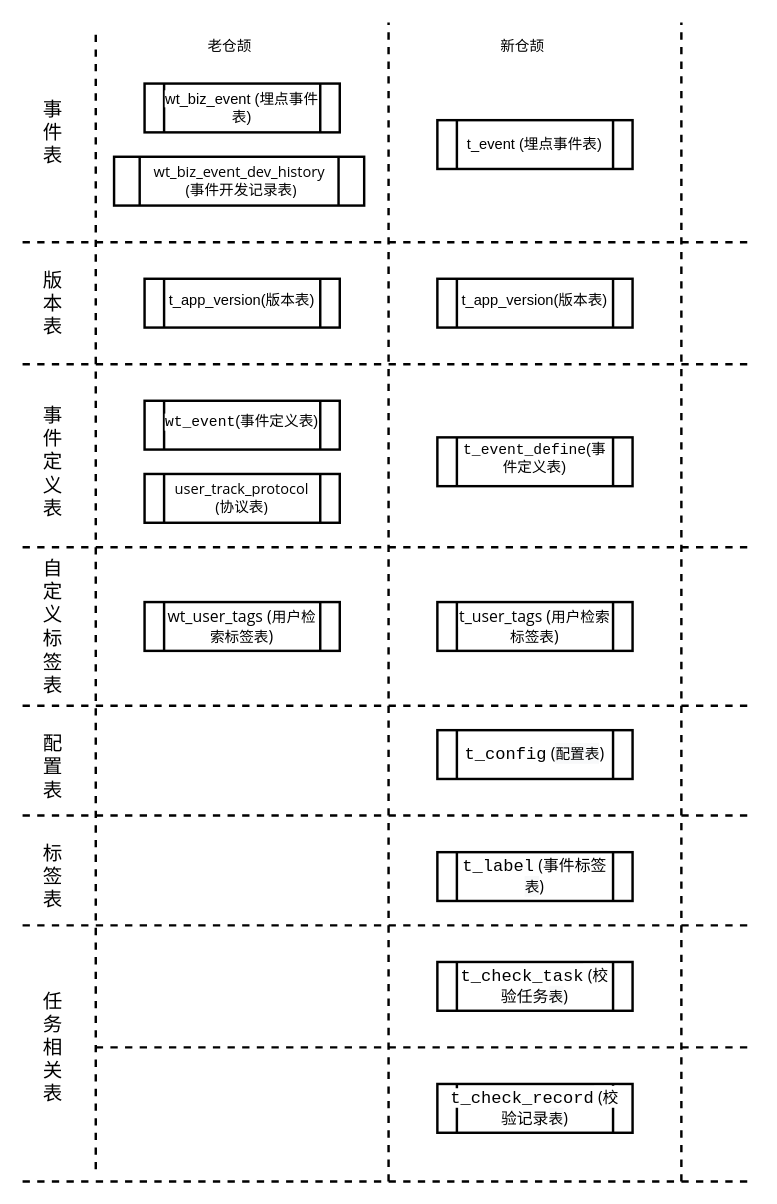
Above: cangjie qianyi.drawio in jiangyu11/hello-world (draw.io), before the change. Source tidied: cells renumbered, new cells numbered last; positions are measured from the earlier drawing's top-left corner, leaving out a move shared by most shapes. Both pictures are drawn from the tidied source at 122%, with x=0, y=0 at pixel (22, 22).
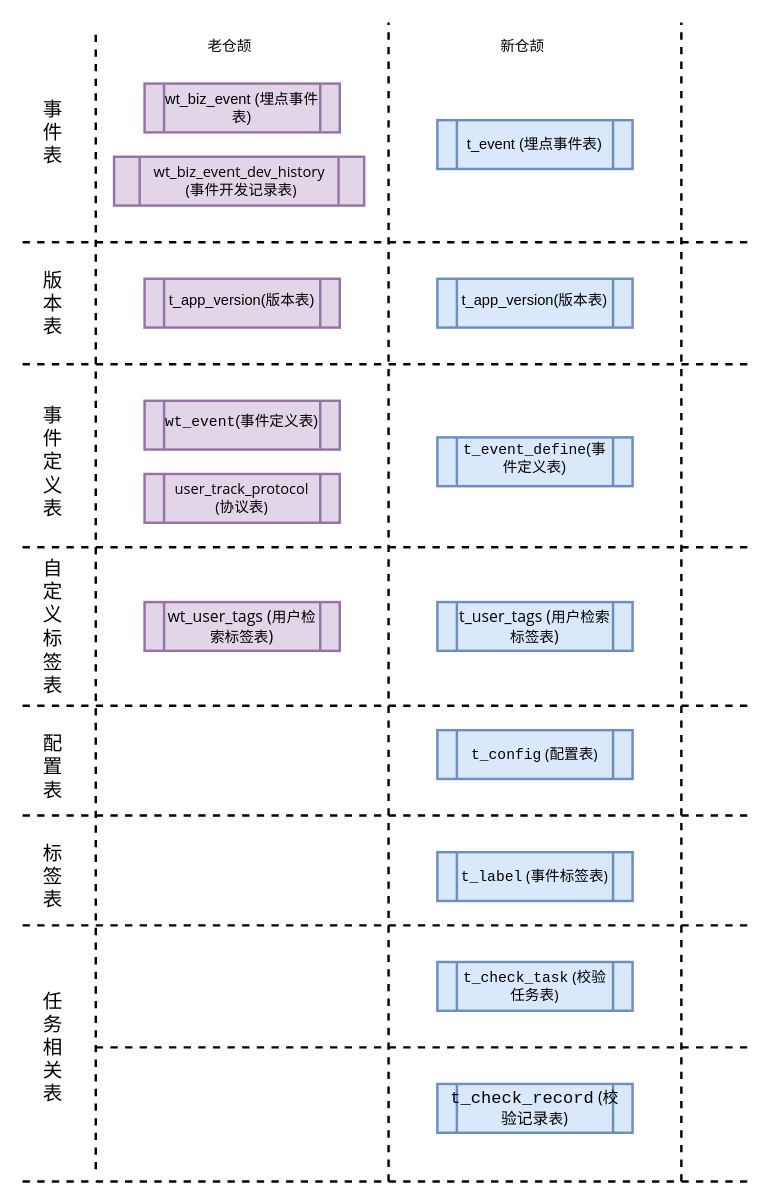
Above is the later version.

The edit, as a diff of the source:
```diff
@@
-    <mxCell id="2" value="t_event (埋点事件表)" style="shape=process;whiteSpace=wrap;html=1;backgroundOutline=1;strokeWidth=2;" parent="1" vertex="1">
+    <mxCell id="2" value="t_event (埋点事件表)" style="shape=process;whiteSpace=wrap;html=1;backgroundOutline=1;strokeWidth=2;fillColor=#dae8fc;strokeColor=#6c8ebf;" parent="1" vertex="1">
       <mxGeometry x="340" y="80" width="160" height="40" as="geometry" />
     </mxCell>
@@
-    <mxCell id="7" value="&lt;span style=&quot;font-family: &amp;#34;arial&amp;#34; , sans-serif ; background-color: rgb(255 , 255 , 255)&quot;&gt;&lt;font style=&quot;font-size: 12px&quot;&gt;wt_biz_event&lt;/font&gt;&lt;/span&gt;&amp;nbsp;(埋点事件表)" style="shape=process;whiteSpace=wrap;html=1;backgroundOutline=1;strokeWidth=2;" parent="1" vertex="1">
+    <mxCell id="7" value="&lt;font style=&quot;font-size: 12px&quot;&gt;&lt;span style=&quot;font-family: &amp;#34;arial&amp;#34; , sans-serif&quot;&gt;&lt;font style=&quot;font-size: 12px&quot;&gt;wt_biz_event&lt;/font&gt;&lt;/span&gt;&lt;font color=&quot;rgba(0, 0, 0, 0)&quot; style=&quot;font-size: 12px&quot;&gt;&amp;nbsp;&lt;/font&gt;(埋点事件表)&lt;/font&gt;" style="shape=process;whiteSpace=wrap;html=1;backgroundOutline=1;strokeWidth=2;fillColor=#e1d5e7;strokeColor=#9673a6;" parent="1" vertex="1">
       <mxGeometry x="100" y="50" width="160" height="40" as="geometry" />
     </mxCell>
@@
-    <mxCell id="10" value="&lt;span style=&quot;font-family: &amp;#34;open sans&amp;#34; , &amp;#34;helvetica neue&amp;#34; , &amp;#34;helvetica&amp;#34; , &amp;#34;arial&amp;#34; , sans-serif ; background-color: rgb(255 , 255 , 255)&quot;&gt;&lt;font style=&quot;font-size: 12px&quot;&gt;wt_biz_event_dev_history&lt;/font&gt;&lt;/span&gt;&lt;div&gt;&lt;font face=&quot;open sans, helvetica neue, helvetica, arial, sans-serif&quot; style=&quot;background-color: rgb(255 , 255 , 255)&quot;&gt;&amp;nbsp;(事件开发记录表)&lt;/font&gt;&lt;/div&gt;" style="shape=process;whiteSpace=wrap;html=1;backgroundOutline=1;strokeWidth=2;" parent="1" vertex="1">
+    <mxCell id="10" value="&lt;span style=&quot;font-family: &amp;#34;open sans&amp;#34; , &amp;#34;helvetica neue&amp;#34; , &amp;#34;helvetica&amp;#34; , &amp;#34;arial&amp;#34; , sans-serif&quot;&gt;&lt;font style=&quot;font-size: 12px&quot;&gt;wt_biz_event_dev_history&lt;/font&gt;&lt;/span&gt;&lt;div&gt;&lt;font face=&quot;open sans, helvetica neue, helvetica, arial, sans-serif&quot;&gt;&amp;nbsp;(事件开发记录表)&lt;/font&gt;&lt;/div&gt;" style="shape=process;whiteSpace=wrap;html=1;backgroundOutline=1;strokeWidth=2;fillColor=#e1d5e7;strokeColor=#9673a6;" parent="1" vertex="1">
       <mxGeometry x="75" y="110" width="205" height="40" as="geometry" />
     </mxCell>
@@
-    <mxCell id="13" value="&lt;br&gt;t_app_version(版本表)&lt;br&gt;&lt;h4 id=&quot;id-006_01_埋点2.0技术方案-3.1.3app版本表t_app_version&quot; style=&quot;margin: 20px 0px 0px ; padding: 0px ; line-height: 1.42857 ; font-family: &amp;#34;arial&amp;#34; , sans-serif ; background-color: rgb(255 , 255 , 255)&quot;&gt;&lt;/h4&gt;" style="shape=process;whiteSpace=wrap;html=1;backgroundOutline=1;strokeWidth=2;" parent="1" vertex="1">
+    <mxCell id="13" value="&lt;br&gt;t_app_version(版本表)&lt;br&gt;&lt;h4 id=&quot;id-006_01_埋点2.0技术方案-3.1.3app版本表t_app_version&quot; style=&quot;margin: 20px 0px 0px ; padding: 0px ; line-height: 1.42857 ; font-family: &amp;#34;arial&amp;#34; , sans-serif ; background-color: rgb(255 , 255 , 255)&quot;&gt;&lt;/h4&gt;" style="shape=process;whiteSpace=wrap;html=1;backgroundOutline=1;strokeWidth=2;fillColor=#e1d5e7;strokeColor=#9673a6;" parent="1" vertex="1">
       <mxGeometry x="100" y="210" width="160" height="40" as="geometry" />
     </mxCell>
-    <mxCell id="14" value="&lt;br&gt;t_app_version(版本表)&lt;br&gt;&lt;h4 id=&quot;id-006_01_埋点2.0技术方案-3.1.3app版本表t_app_version&quot; style=&quot;margin: 20px 0px 0px ; padding: 0px ; line-height: 1.42857 ; font-family: &amp;#34;arial&amp;#34; , sans-serif ; background-color: rgb(255 , 255 , 255)&quot;&gt;&lt;/h4&gt;" style="shape=process;whiteSpace=wrap;html=1;backgroundOutline=1;strokeWidth=2;" parent="1" vertex="1">
+    <mxCell id="14" value="&lt;br&gt;t_app_version(版本表)&lt;br&gt;&lt;h4 id=&quot;id-006_01_埋点2.0技术方案-3.1.3app版本表t_app_version&quot; style=&quot;margin: 20px 0px 0px ; padding: 0px ; line-height: 1.42857 ; font-family: &amp;#34;arial&amp;#34; , sans-serif ; background-color: rgb(255 , 255 , 255)&quot;&gt;&lt;/h4&gt;" style="shape=process;whiteSpace=wrap;html=1;backgroundOutline=1;strokeWidth=2;fillColor=#dae8fc;strokeColor=#6c8ebf;" parent="1" vertex="1">
       <mxGeometry x="340" y="210" width="160" height="40" as="geometry" />
     </mxCell>
@@
-    <mxCell id="16" value="&lt;br&gt;&lt;span style=&quot;font-family: &amp;#34;consolas&amp;#34; , &amp;#34;bitstream vera sans mono&amp;#34; , &amp;#34;courier new&amp;#34; , &amp;#34;courier&amp;#34; , monospace ; text-align: left ; white-space: nowrap ; background-color: rgb(255 , 255 , 255)&quot;&gt;&lt;font style=&quot;font-size: 12px&quot;&gt;t_event_define&lt;/font&gt;&lt;/span&gt;(事件定义表)&lt;br&gt;&lt;h4 id=&quot;id-006_01_埋点2.0技术方案-3.1.3app版本表t_app_version&quot; style=&quot;margin: 20px 0px 0px ; padding: 0px ; line-height: 1.42857 ; font-family: &amp;#34;arial&amp;#34; , sans-serif ; background-color: rgb(255 , 255 , 255)&quot;&gt;&lt;/h4&gt;" style="shape=process;whiteSpace=wrap;html=1;backgroundOutline=1;strokeWidth=2;" parent="1" vertex="1">
+    <mxCell id="16" value="&lt;br&gt;&lt;span style=&quot;font-family: &amp;#34;consolas&amp;#34; , &amp;#34;bitstream vera sans mono&amp;#34; , &amp;#34;courier new&amp;#34; , &amp;#34;courier&amp;#34; , monospace ; text-align: left ; white-space: nowrap&quot;&gt;&lt;font style=&quot;font-size: 12px&quot;&gt;t_event_define&lt;/font&gt;&lt;/span&gt;(事件定义表)&lt;br&gt;&lt;h4 id=&quot;id-006_01_埋点2.0技术方案-3.1.3app版本表t_app_version&quot; style=&quot;margin: 20px 0px 0px ; padding: 0px ; line-height: 1.42857 ; font-family: &amp;#34;arial&amp;#34; , sans-serif ; background-color: rgb(255 , 255 , 255)&quot;&gt;&lt;/h4&gt;" style="shape=process;whiteSpace=wrap;html=1;backgroundOutline=1;strokeWidth=2;fillColor=#dae8fc;strokeColor=#6c8ebf;" parent="1" vertex="1">
       <mxGeometry x="340" y="340" width="160" height="40" as="geometry" />
     </mxCell>
@@
-    <mxCell id="18" value="&lt;font style=&quot;font-size: 12px&quot;&gt;&lt;br&gt;&lt;/font&gt;&lt;div&gt;&lt;font style=&quot;font-size: 12px&quot;&gt;&lt;font face=&quot;consolas, bitstream vera sans mono, courier new, courier, monospace&quot; style=&quot;font-size: 12px&quot;&gt;&lt;span style=&quot;white-space: nowrap ; background-color: rgb(255 , 255 , 255)&quot;&gt;wt_event&lt;/span&gt;&lt;/font&gt;(事件定义表)&lt;/font&gt;&lt;/div&gt;&lt;h4 id=&quot;id-006_01_埋点2.0技术方案-3.1.3app版本表t_app_version&quot; style=&quot;margin: 20px 0px 0px ; padding: 0px ; line-height: 1.42857 ; font-family: &amp;#34;arial&amp;#34; , sans-serif ; background-color: rgb(255 , 255 , 255)&quot;&gt;&lt;/h4&gt;" style="shape=process;whiteSpace=wrap;html=1;backgroundOutline=1;strokeWidth=2;" parent="1" vertex="1">
+    <mxCell id="18" value="&lt;font style=&quot;font-size: 12px&quot;&gt;&lt;br&gt;&lt;/font&gt;&lt;div&gt;&lt;font style=&quot;font-size: 12px&quot;&gt;&lt;font face=&quot;consolas, bitstream vera sans mono, courier new, courier, monospace&quot; style=&quot;font-size: 12px&quot;&gt;&lt;span style=&quot;white-space: nowrap&quot;&gt;wt_event&lt;/span&gt;&lt;/font&gt;(事件定义表)&lt;/font&gt;&lt;/div&gt;&lt;h4 id=&quot;id-006_01_埋点2.0技术方案-3.1.3app版本表t_app_version&quot; style=&quot;margin: 20px 0px 0px ; padding: 0px ; line-height: 1.42857 ; font-family: &amp;#34;arial&amp;#34; , sans-serif ; background-color: rgb(255 , 255 , 255)&quot;&gt;&lt;/h4&gt;" style="shape=process;whiteSpace=wrap;html=1;backgroundOutline=1;strokeWidth=2;fillColor=#e1d5e7;strokeColor=#9673a6;" parent="1" vertex="1">
       <mxGeometry x="100" y="310" width="160" height="40" as="geometry" />
     </mxCell>
-    <mxCell id="19" value="&lt;div&gt;&lt;font face=&quot;open sans, helvetica neue, helvetica, arial, sans-serif&quot; style=&quot;background-color: rgb(255 , 255 , 255)&quot;&gt;user_track_protocol (协议表)&lt;/font&gt;&lt;/div&gt;" style="shape=process;whiteSpace=wrap;html=1;backgroundOutline=1;strokeWidth=2;" parent="1" vertex="1">
+    <mxCell id="19" value="&lt;div&gt;&lt;font face=&quot;open sans, helvetica neue, helvetica, arial, sans-serif&quot;&gt;user_track_protocol (协议表)&lt;/font&gt;&lt;/div&gt;" style="shape=process;whiteSpace=wrap;html=1;backgroundOutline=1;strokeWidth=2;fillColor=#e1d5e7;strokeColor=#9673a6;" parent="1" vertex="1">
       <mxGeometry x="100" y="370" width="160" height="40" as="geometry" />
     </mxCell>
@@
-    <mxCell id="21" value="&lt;span style=&quot;font-family: &amp;#34;open sans&amp;#34; , &amp;#34;helvetica neue&amp;#34; , &amp;#34;helvetica&amp;#34; , &amp;#34;arial&amp;#34; , sans-serif ; font-size: 13px ; background-color: rgb(255 , 255 , 255)&quot;&gt;wt_user_tags (&lt;/span&gt;&lt;span style=&quot;font-family: &amp;#34;open sans&amp;#34; , &amp;#34;helvetica neue&amp;#34; , &amp;#34;helvetica&amp;#34; , &amp;#34;arial&amp;#34; , sans-serif&quot;&gt;用户检索标签表&lt;/span&gt;&lt;span style=&quot;font-family: &amp;#34;open sans&amp;#34; , &amp;#34;helvetica neue&amp;#34; , &amp;#34;helvetica&amp;#34; , &amp;#34;arial&amp;#34; , sans-serif ; font-size: 13px ; background-color: rgb(255 , 255 , 255)&quot;&gt;)&lt;br&gt;&lt;/span&gt;" style="shape=process;whiteSpace=wrap;html=1;backgroundOutline=1;strokeWidth=2;" parent="1" vertex="1">
+    <mxCell id="21" value="&lt;span style=&quot;font-family: &amp;#34;open sans&amp;#34; , &amp;#34;helvetica neue&amp;#34; , &amp;#34;helvetica&amp;#34; , &amp;#34;arial&amp;#34; , sans-serif ; font-size: 13px&quot;&gt;wt_user_tags (&lt;/span&gt;&lt;span style=&quot;font-family: &amp;#34;open sans&amp;#34; , &amp;#34;helvetica neue&amp;#34; , &amp;#34;helvetica&amp;#34; , &amp;#34;arial&amp;#34; , sans-serif&quot;&gt;用户检索标签表&lt;/span&gt;&lt;span style=&quot;font-family: &amp;#34;open sans&amp;#34; , &amp;#34;helvetica neue&amp;#34; , &amp;#34;helvetica&amp;#34; , &amp;#34;arial&amp;#34; , sans-serif ; font-size: 13px&quot;&gt;)&lt;br&gt;&lt;/span&gt;" style="shape=process;whiteSpace=wrap;html=1;backgroundOutline=1;strokeWidth=2;fillColor=#e1d5e7;strokeColor=#9673a6;" parent="1" vertex="1">
       <mxGeometry x="100" y="475" width="160" height="40" as="geometry" />
     </mxCell>
@@
-    <mxCell id="23" value="&lt;span style=&quot;font-family: &amp;#34;open sans&amp;#34; , &amp;#34;helvetica neue&amp;#34; , &amp;#34;helvetica&amp;#34; , &amp;#34;arial&amp;#34; , sans-serif ; font-size: 13px ; background-color: rgb(255 , 255 , 255)&quot;&gt;t_user_tags (&lt;/span&gt;&lt;span style=&quot;font-family: &amp;#34;open sans&amp;#34; , &amp;#34;helvetica neue&amp;#34; , &amp;#34;helvetica&amp;#34; , &amp;#34;arial&amp;#34; , sans-serif&quot;&gt;用户检索标签表&lt;/span&gt;&lt;span style=&quot;font-family: &amp;#34;open sans&amp;#34; , &amp;#34;helvetica neue&amp;#34; , &amp;#34;helvetica&amp;#34; , &amp;#34;arial&amp;#34; , sans-serif ; font-size: 13px ; background-color: rgb(255 , 255 , 255)&quot;&gt;)&lt;br&gt;&lt;/span&gt;" style="shape=process;whiteSpace=wrap;html=1;backgroundOutline=1;strokeWidth=2;" parent="1" vertex="1">
+    <mxCell id="23" value="&lt;span style=&quot;font-family: &amp;#34;open sans&amp;#34; , &amp;#34;helvetica neue&amp;#34; , &amp;#34;helvetica&amp;#34; , &amp;#34;arial&amp;#34; , sans-serif ; font-size: 13px&quot;&gt;t_user_tags (&lt;/span&gt;&lt;span style=&quot;font-family: &amp;#34;open sans&amp;#34; , &amp;#34;helvetica neue&amp;#34; , &amp;#34;helvetica&amp;#34; , &amp;#34;arial&amp;#34; , sans-serif&quot;&gt;用户检索标签表&lt;/span&gt;&lt;span style=&quot;font-family: &amp;#34;open sans&amp;#34; , &amp;#34;helvetica neue&amp;#34; , &amp;#34;helvetica&amp;#34; , &amp;#34;arial&amp;#34; , sans-serif ; font-size: 13px&quot;&gt;)&lt;br&gt;&lt;/span&gt;" style="shape=process;whiteSpace=wrap;html=1;backgroundOutline=1;strokeWidth=2;fillColor=#dae8fc;strokeColor=#6c8ebf;" parent="1" vertex="1">
       <mxGeometry x="340" y="475" width="160" height="40" as="geometry" />
     </mxCell>
@@
-    <mxCell id="26" value="&lt;span style=&quot;font-family: &amp;#34;consolas&amp;#34; , &amp;#34;bitstream vera sans mono&amp;#34; , &amp;#34;courier new&amp;#34; , &amp;#34;courier&amp;#34; , monospace ; font-size: 14px ; text-align: left ; white-space: nowrap ; background-color: rgb(255 , 255 , 255)&quot;&gt;t_config&lt;/span&gt;&lt;span style=&quot;font-family: &amp;#34;open sans&amp;#34; , &amp;#34;helvetica neue&amp;#34; , &amp;#34;helvetica&amp;#34; , &amp;#34;arial&amp;#34; , sans-serif ; font-size: 13px ; background-color: rgb(255 , 255 , 255)&quot;&gt;&amp;nbsp;(&lt;/span&gt;&lt;span style=&quot;font-family: &amp;#34;open sans&amp;#34; , &amp;#34;helvetica neue&amp;#34; , &amp;#34;helvetica&amp;#34; , &amp;#34;arial&amp;#34; , sans-serif ; background-color: rgb(248 , 249 , 250)&quot;&gt;配置表&lt;/span&gt;&lt;span style=&quot;font-family: &amp;#34;open sans&amp;#34; , &amp;#34;helvetica neue&amp;#34; , &amp;#34;helvetica&amp;#34; , &amp;#34;arial&amp;#34; , sans-serif ; font-size: 13px ; background-color: rgb(255 , 255 , 255)&quot;&gt;)&lt;br&gt;&lt;/span&gt;" style="shape=process;whiteSpace=wrap;html=1;backgroundOutline=1;strokeWidth=2;" parent="1" vertex="1">
+    <mxCell id="26" value="&lt;font style=&quot;font-size: 12px&quot;&gt;&lt;span style=&quot;font-family: &amp;#34;consolas&amp;#34; , &amp;#34;bitstream vera sans mono&amp;#34; , &amp;#34;courier new&amp;#34; , &amp;#34;courier&amp;#34; , monospace ; text-align: left ; white-space: nowrap&quot;&gt;t_config&lt;/span&gt;&lt;span style=&quot;font-family: &amp;#34;open sans&amp;#34; , &amp;#34;helvetica neue&amp;#34; , &amp;#34;helvetica&amp;#34; , &amp;#34;arial&amp;#34; , sans-serif&quot;&gt;&amp;nbsp;(&lt;/span&gt;&lt;span style=&quot;font-family: &amp;#34;open sans&amp;#34; , &amp;#34;helvetica neue&amp;#34; , &amp;#34;helvetica&amp;#34; , &amp;#34;arial&amp;#34; , sans-serif&quot;&gt;配置表&lt;/span&gt;&lt;/font&gt;&lt;span style=&quot;font-family: &amp;#34;open sans&amp;#34; , &amp;#34;helvetica neue&amp;#34; , &amp;#34;helvetica&amp;#34; , &amp;#34;arial&amp;#34; , sans-serif&quot;&gt;&lt;font style=&quot;font-size: 12px&quot;&gt;)&lt;/font&gt;&lt;br&gt;&lt;/span&gt;" style="shape=process;whiteSpace=wrap;html=1;backgroundOutline=1;strokeWidth=2;fillColor=#dae8fc;strokeColor=#6c8ebf;" parent="1" vertex="1">
       <mxGeometry x="340" y="580" width="160" height="40" as="geometry" />
     </mxCell>
@@
-    <mxCell id="29" value="&lt;span style=&quot;font-family: &amp;#34;consolas&amp;#34; , &amp;#34;bitstream vera sans mono&amp;#34; , &amp;#34;courier new&amp;#34; , &amp;#34;courier&amp;#34; , monospace ; font-size: 14px ; text-align: left ; white-space: nowrap ; background-color: rgb(255 , 255 , 255)&quot;&gt;t_label&lt;/span&gt;&lt;span style=&quot;font-family: &amp;#34;open sans&amp;#34; , &amp;#34;helvetica neue&amp;#34; , &amp;#34;helvetica&amp;#34; , &amp;#34;arial&amp;#34; , sans-serif ; font-size: 13px ; background-color: rgb(255 , 255 , 255)&quot;&gt;&amp;nbsp;(事件标签&lt;/span&gt;&lt;span style=&quot;font-family: &amp;#34;open sans&amp;#34; , &amp;#34;helvetica neue&amp;#34; , &amp;#34;helvetica&amp;#34; , &amp;#34;arial&amp;#34; , sans-serif ; background-color: rgb(248 , 249 , 250)&quot;&gt;表&lt;/span&gt;&lt;span style=&quot;font-family: &amp;#34;open sans&amp;#34; , &amp;#34;helvetica neue&amp;#34; , &amp;#34;helvetica&amp;#34; , &amp;#34;arial&amp;#34; , sans-serif ; font-size: 13px ; background-color: rgb(255 , 255 , 255)&quot;&gt;)&lt;br&gt;&lt;/span&gt;" style="shape=process;whiteSpace=wrap;html=1;backgroundOutline=1;strokeWidth=2;" parent="1" vertex="1">
+    <mxCell id="29" value="&lt;font style=&quot;font-size: 12px&quot;&gt;&lt;span style=&quot;font-family: &amp;#34;consolas&amp;#34; , &amp;#34;bitstream vera sans mono&amp;#34; , &amp;#34;courier new&amp;#34; , &amp;#34;courier&amp;#34; , monospace ; text-align: left ; white-space: nowrap&quot;&gt;t_label&lt;/span&gt;&lt;span style=&quot;font-family: &amp;#34;open sans&amp;#34; , &amp;#34;helvetica neue&amp;#34; , &amp;#34;helvetica&amp;#34; , &amp;#34;arial&amp;#34; , sans-serif&quot;&gt;&amp;nbsp;(事件标签&lt;/span&gt;&lt;span style=&quot;font-family: &amp;#34;open sans&amp;#34; , &amp;#34;helvetica neue&amp;#34; , &amp;#34;helvetica&amp;#34; , &amp;#34;arial&amp;#34; , sans-serif&quot;&gt;表&lt;/span&gt;&lt;/font&gt;&lt;span style=&quot;font-family: &amp;#34;open sans&amp;#34; , &amp;#34;helvetica neue&amp;#34; , &amp;#34;helvetica&amp;#34; , &amp;#34;arial&amp;#34; , sans-serif&quot;&gt;&lt;font style=&quot;font-size: 12px&quot;&gt;)&lt;/font&gt;&lt;br&gt;&lt;/span&gt;" style="shape=process;whiteSpace=wrap;html=1;backgroundOutline=1;strokeWidth=2;fillColor=#dae8fc;strokeColor=#6c8ebf;" parent="1" vertex="1">
       <mxGeometry x="340" y="680" width="160" height="40" as="geometry" />
     </mxCell>
@@
-    <mxCell id="32" value="&lt;span style=&quot;font-family: &amp;#34;consolas&amp;#34; , &amp;#34;bitstream vera sans mono&amp;#34; , &amp;#34;courier new&amp;#34; , &amp;#34;courier&amp;#34; , monospace ; font-size: 14px ; text-align: left ; white-space: nowrap ; background-color: rgb(255 , 255 , 255)&quot;&gt;t_check_task&lt;/span&gt;&lt;span style=&quot;font-family: &amp;#34;open sans&amp;#34; , &amp;#34;helvetica neue&amp;#34; , &amp;#34;helvetica&amp;#34; , &amp;#34;arial&amp;#34; , sans-serif ; font-size: 13px ; background-color: rgb(255 , 255 , 255)&quot;&gt;&amp;nbsp;(校验任务&lt;/span&gt;&lt;span style=&quot;font-family: &amp;#34;open sans&amp;#34; , &amp;#34;helvetica neue&amp;#34; , &amp;#34;helvetica&amp;#34; , &amp;#34;arial&amp;#34; , sans-serif ; background-color: rgb(248 , 249 , 250)&quot;&gt;表&lt;/span&gt;&lt;span style=&quot;font-family: &amp;#34;open sans&amp;#34; , &amp;#34;helvetica neue&amp;#34; , &amp;#34;helvetica&amp;#34; , &amp;#34;arial&amp;#34; , sans-serif ; font-size: 13px ; background-color: rgb(255 , 255 , 255)&quot;&gt;)&lt;br&gt;&lt;/span&gt;" style="shape=process;whiteSpace=wrap;html=1;backgroundOutline=1;strokeWidth=2;" parent="1" vertex="1">
+    <mxCell id="32" value="&lt;font style=&quot;font-size: 12px&quot;&gt;&lt;span style=&quot;font-family: &amp;#34;consolas&amp;#34; , &amp;#34;bitstream vera sans mono&amp;#34; , &amp;#34;courier new&amp;#34; , &amp;#34;courier&amp;#34; , monospace ; text-align: left ; white-space: nowrap&quot;&gt;t_check_task&lt;/span&gt;&lt;span style=&quot;font-family: &amp;#34;open sans&amp;#34; , &amp;#34;helvetica neue&amp;#34; , &amp;#34;helvetica&amp;#34; , &amp;#34;arial&amp;#34; , sans-serif&quot;&gt;&amp;nbsp;(校验任务&lt;/span&gt;&lt;span style=&quot;font-family: &amp;#34;open sans&amp;#34; , &amp;#34;helvetica neue&amp;#34; , &amp;#34;helvetica&amp;#34; , &amp;#34;arial&amp;#34; , sans-serif&quot;&gt;表&lt;/span&gt;&lt;/font&gt;&lt;span style=&quot;font-family: &amp;#34;open sans&amp;#34; , &amp;#34;helvetica neue&amp;#34; , &amp;#34;helvetica&amp;#34; , &amp;#34;arial&amp;#34; , sans-serif&quot;&gt;&lt;font style=&quot;font-size: 12px&quot;&gt;)&lt;/font&gt;&lt;br&gt;&lt;/span&gt;" style="shape=process;whiteSpace=wrap;html=1;backgroundOutline=1;strokeWidth=2;fillColor=#dae8fc;strokeColor=#6c8ebf;" parent="1" vertex="1">
       <mxGeometry x="340" y="770" width="160" height="40" as="geometry" />
     </mxCell>
-    <mxCell id="33" value="&lt;span style=&quot;font-family: &amp;#34;consolas&amp;#34; , &amp;#34;bitstream vera sans mono&amp;#34; , &amp;#34;courier new&amp;#34; , &amp;#34;courier&amp;#34; , monospace ; font-size: 14px ; text-align: left ; white-space: nowrap ; background-color: rgb(255 , 255 , 255)&quot;&gt;t_check_record&lt;/span&gt;&lt;span style=&quot;font-family: &amp;#34;open sans&amp;#34; , &amp;#34;helvetica neue&amp;#34; , &amp;#34;helvetica&amp;#34; , &amp;#34;arial&amp;#34; , sans-serif ; font-size: 13px ; background-color: rgb(255 , 255 , 255)&quot;&gt;&amp;nbsp;(校验记录&lt;/span&gt;&lt;span style=&quot;font-family: &amp;#34;open sans&amp;#34; , &amp;#34;helvetica neue&amp;#34; , &amp;#34;helvetica&amp;#34; , &amp;#34;arial&amp;#34; , sans-serif ; background-color: rgb(248 , 249 , 250)&quot;&gt;表&lt;/span&gt;&lt;span style=&quot;font-family: &amp;#34;open sans&amp;#34; , &amp;#34;helvetica neue&amp;#34; , &amp;#34;helvetica&amp;#34; , &amp;#34;arial&amp;#34; , sans-serif ; font-size: 13px ; background-color: rgb(255 , 255 , 255)&quot;&gt;)&lt;br&gt;&lt;/span&gt;" style="shape=process;whiteSpace=wrap;html=1;backgroundOutline=1;strokeWidth=2;" parent="1" vertex="1">
+    <mxCell id="33" value="&lt;span style=&quot;font-family: &amp;#34;consolas&amp;#34; , &amp;#34;bitstream vera sans mono&amp;#34; , &amp;#34;courier new&amp;#34; , &amp;#34;courier&amp;#34; , monospace ; font-size: 14px ; text-align: left ; white-space: nowrap&quot;&gt;t_check_record&lt;/span&gt;&lt;span style=&quot;font-family: &amp;#34;open sans&amp;#34; , &amp;#34;helvetica neue&amp;#34; , &amp;#34;helvetica&amp;#34; , &amp;#34;arial&amp;#34; , sans-serif ; font-size: 13px&quot;&gt;&amp;nbsp;(校验记录&lt;/span&gt;&lt;span style=&quot;font-family: &amp;#34;open sans&amp;#34; , &amp;#34;helvetica neue&amp;#34; , &amp;#34;helvetica&amp;#34; , &amp;#34;arial&amp;#34; , sans-serif&quot;&gt;表&lt;/span&gt;&lt;span style=&quot;font-family: &amp;#34;open sans&amp;#34; , &amp;#34;helvetica neue&amp;#34; , &amp;#34;helvetica&amp;#34; , &amp;#34;arial&amp;#34; , sans-serif ; font-size: 13px&quot;&gt;)&lt;br&gt;&lt;/span&gt;" style="shape=process;whiteSpace=wrap;html=1;backgroundOutline=1;strokeWidth=2;fillColor=#dae8fc;strokeColor=#6c8ebf;" parent="1" vertex="1">
       <mxGeometry x="340" y="870" width="160" height="40" as="geometry" />
     </mxCell>
```
